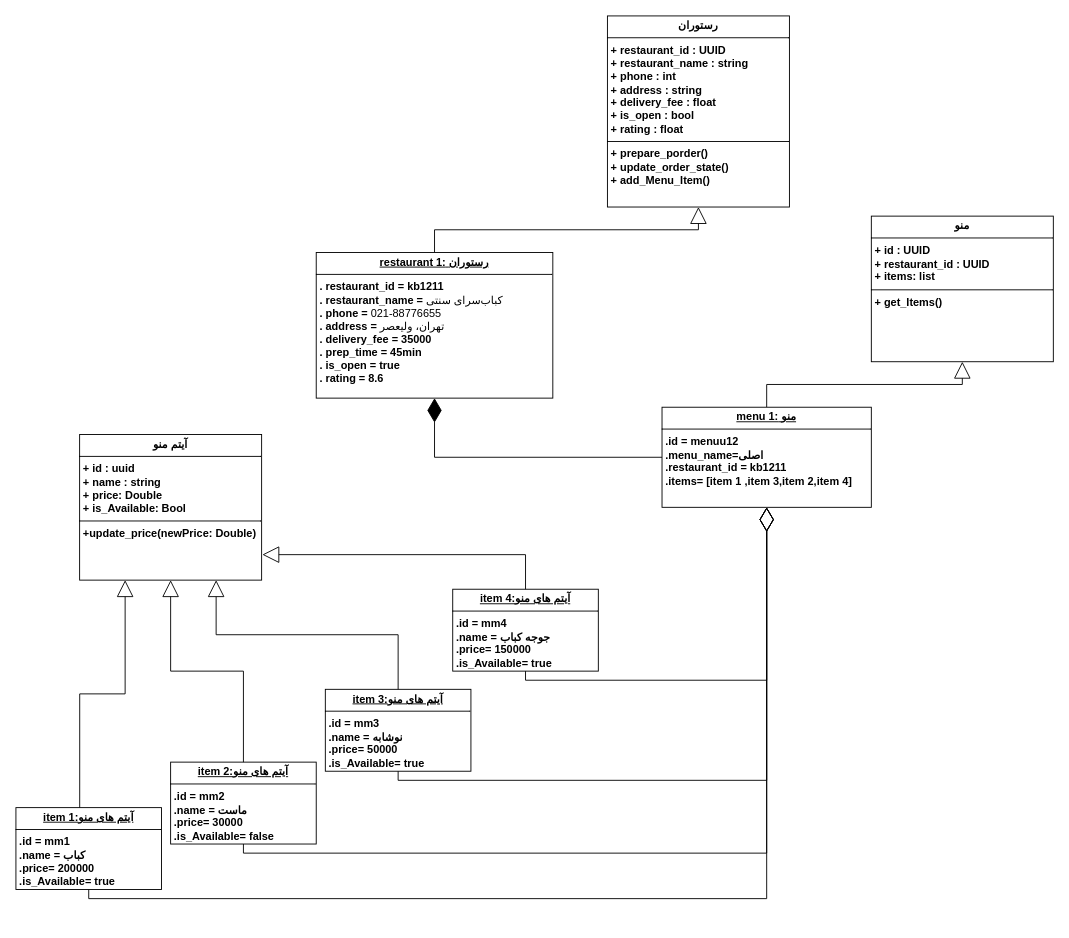
Above: object Diagram.drawio in aqua1252/tasks (draw.io), before the change. Source tidied: cells renumbered, new cells numbered last; positions are measured from the earlier drawing's top-left corner, leaving out a move shared by most shapes. Both pictures are drawn from the tidied source at 91%, with x=0, y=0 at pixel (15, 15).
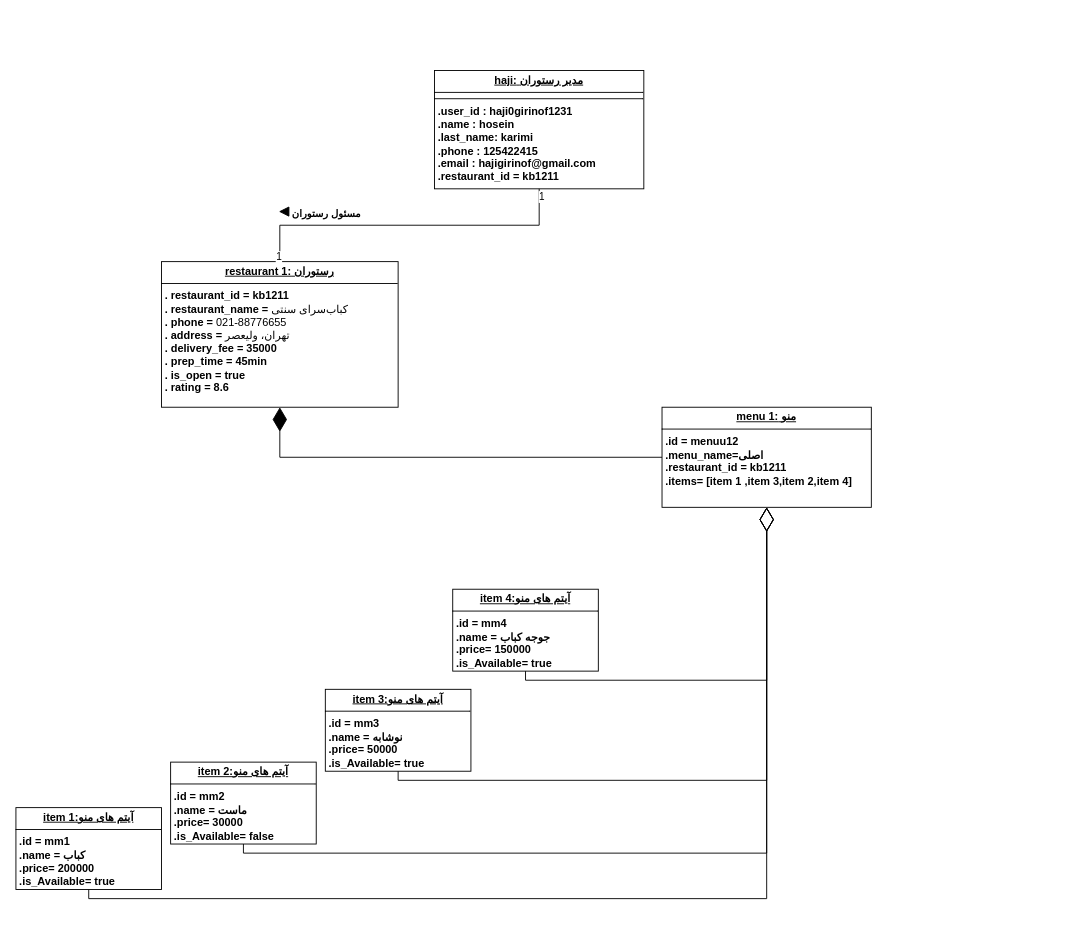
After the change.

The change refers to these unchanged cells:
```xml
<mxCell id="5" value="&lt;p style=&quot;margin:0px;margin-top:4px;text-align:center;text-decoration:underline;&quot;&gt;&lt;b&gt;item 2:&lt;/b&gt;&lt;span style=&quot;font-weight: 700; background-color: transparent; color: light-dark(rgb(0, 0, 0), rgb(255, 255, 255));&quot;&gt;آیتم های منو&lt;/span&gt;&lt;/p&gt;&lt;hr size=&quot;1&quot; style=&quot;border-style:solid;&quot;&gt;&lt;p style=&quot;font-weight: 700; margin: 0px 0px 0px 4px;&quot;&gt;.id = mm2&lt;/p&gt;&lt;p style=&quot;font-weight: 700; margin: 0px 0px 0px 4px;&quot;&gt;.name = ماست&lt;/p&gt;&lt;p style=&quot;font-weight: 700; margin: 0px 0px 0px 4px;&quot;&gt;.&lt;span style=&quot;white-space-collapse: preserve; background-color: transparent; color: light-dark(rgb(0, 0, 0), rgb(255, 255, 255));&quot;&gt;price= 30000&lt;/span&gt;&lt;/p&gt;&lt;p style=&quot;font-weight: 700; margin: 0px 0px 0px 4px;&quot;&gt;&lt;span style=&quot;white-space-collapse: preserve; background-color: transparent; color: light-dark(rgb(0, 0, 0), rgb(255, 255, 255));&quot;&gt;.&lt;/span&gt;&lt;span style=&quot;white-space-collapse: preserve; background-color: transparent; color: light-dark(rgb(0, 0, 0), rgb(255, 255, 255));&quot;&gt;is_Available= false&lt;/span&gt;&lt;/p&gt;" style="verticalAlign=top;align=left;overflow=fill;html=1;whiteSpace=wrap;" parent="1" vertex="1">
  <mxGeometry x="170" y="820" width="160" height="90" as="geometry" />
</mxCell>
<mxCell id="6" value="&lt;p style=&quot;margin:0px;margin-top:4px;text-align:center;text-decoration:underline;&quot;&gt;&lt;b&gt;item 3:&lt;/b&gt;&lt;span style=&quot;font-weight: 700; background-color: transparent; color: light-dark(rgb(0, 0, 0), rgb(255, 255, 255));&quot;&gt;آیتم های منو&lt;/span&gt;&lt;/p&gt;&lt;hr size=&quot;1&quot; style=&quot;border-style:solid;&quot;&gt;&lt;p style=&quot;font-weight: 700; margin: 0px 0px 0px 4px;&quot;&gt;.id = mm3&lt;/p&gt;&lt;p style=&quot;font-weight: 700; margin: 0px 0px 0px 4px;&quot;&gt;.name = نوشابه&lt;/p&gt;&lt;p style=&quot;font-weight: 700; margin: 0px 0px 0px 4px;&quot;&gt;.&lt;span style=&quot;white-space-collapse: preserve; background-color: transparent; color: light-dark(rgb(0, 0, 0), rgb(255, 255, 255));&quot;&gt;price= 50000&lt;/span&gt;&lt;/p&gt;&lt;p style=&quot;font-weight: 700; margin: 0px 0px 0px 4px;&quot;&gt;&lt;span style=&quot;white-space-collapse: preserve; background-color: transparent; color: light-dark(rgb(0, 0, 0), rgb(255, 255, 255));&quot;&gt;.&lt;/span&gt;&lt;span style=&quot;white-space-collapse: preserve; background-color: transparent; color: light-dark(rgb(0, 0, 0), rgb(255, 255, 255));&quot;&gt;is_Available= &lt;/span&gt;&lt;span style=&quot;background-color: transparent; color: light-dark(rgb(0, 0, 0), rgb(255, 255, 255));&quot;&gt;true&amp;nbsp;&lt;/span&gt;&lt;/p&gt;" style="verticalAlign=top;align=left;overflow=fill;html=1;whiteSpace=wrap;" parent="1" vertex="1">
  <mxGeometry x="340" y="740" width="160" height="90" as="geometry" />
</mxCell>
<mxCell id="7" value="&lt;p style=&quot;margin:0px;margin-top:4px;text-align:center;text-decoration:underline;&quot;&gt;&lt;b&gt;item 4:&lt;/b&gt;&lt;span style=&quot;font-weight: 700; background-color: transparent; color: light-dark(rgb(0, 0, 0), rgb(255, 255, 255));&quot;&gt;آیتم های منو&lt;/span&gt;&lt;/p&gt;&lt;hr size=&quot;1&quot; style=&quot;border-style:solid;&quot;&gt;&lt;p style=&quot;font-weight: 700; margin: 0px 0px 0px 4px;&quot;&gt;.id = mm4&lt;/p&gt;&lt;p style=&quot;font-weight: 700; margin: 0px 0px 0px 4px;&quot;&gt;.name = جوجه کباب&lt;/p&gt;&lt;p style=&quot;font-weight: 700; margin: 0px 0px 0px 4px;&quot;&gt;.&lt;span style=&quot;white-space-collapse: preserve; background-color: transparent; color: light-dark(rgb(0, 0, 0), rgb(255, 255, 255));&quot;&gt;price= 150000&lt;/span&gt;&lt;/p&gt;&lt;p style=&quot;font-weight: 700; margin: 0px 0px 0px 4px;&quot;&gt;&lt;span style=&quot;white-space-collapse: preserve; background-color: transparent; color: light-dark(rgb(0, 0, 0), rgb(255, 255, 255));&quot;&gt;.&lt;/span&gt;&lt;span style=&quot;white-space-collapse: preserve; background-color: transparent; color: light-dark(rgb(0, 0, 0), rgb(255, 255, 255));&quot;&gt;is_Available= &lt;/span&gt;&lt;span style=&quot;background-color: transparent; color: light-dark(rgb(0, 0, 0), rgb(255, 255, 255));&quot;&gt;true&amp;nbsp;&lt;/span&gt;&lt;/p&gt;" style="verticalAlign=top;align=left;overflow=fill;html=1;whiteSpace=wrap;" parent="1" vertex="1">
  <mxGeometry x="480" y="630" width="160" height="90" as="geometry" />
</mxCell>
<mxCell id="8" value="&lt;p style=&quot;margin:0px;margin-top:4px;text-align:center;text-decoration:underline;&quot;&gt;&lt;b&gt;item 1:&lt;/b&gt;&lt;span style=&quot;font-weight: 700; background-color: transparent; color: light-dark(rgb(0, 0, 0), rgb(255, 255, 255));&quot;&gt;آیتم های منو&lt;/span&gt;&lt;/p&gt;&lt;hr size=&quot;1&quot; style=&quot;border-style:solid;&quot;&gt;&lt;p style=&quot;font-weight: 700; margin: 0px 0px 0px 4px;&quot;&gt;.id = mm1&lt;/p&gt;&lt;p style=&quot;font-weight: 700; margin: 0px 0px 0px 4px;&quot;&gt;.name = کباب&lt;/p&gt;&lt;p style=&quot;font-weight: 700; margin: 0px 0px 0px 4px;&quot;&gt;.&lt;span style=&quot;white-space-collapse: preserve; background-color: transparent; color: light-dark(rgb(0, 0, 0), rgb(255, 255, 255));&quot;&gt;price= 200000&lt;/span&gt;&lt;/p&gt;&lt;p style=&quot;font-weight: 700; margin: 0px 0px 0px 4px;&quot;&gt;&lt;span style=&quot;white-space-collapse: preserve; background-color: transparent; color: light-dark(rgb(0, 0, 0), rgb(255, 255, 255));&quot;&gt;.&lt;/span&gt;&lt;span style=&quot;white-space-collapse: preserve; background-color: transparent; color: light-dark(rgb(0, 0, 0), rgb(255, 255, 255));&quot;&gt;is_Available= &lt;/span&gt;&lt;span style=&quot;background-color: transparent; color: light-dark(rgb(0, 0, 0), rgb(255, 255, 255));&quot;&gt;true&amp;nbsp;&lt;/span&gt;&lt;/p&gt;" style="verticalAlign=top;align=left;overflow=fill;html=1;whiteSpace=wrap;" parent="1" vertex="1">
  <mxGeometry y="870" width="160" height="90" as="geometry" />
</mxCell>
<mxCell id="15" value="&lt;p style=&quot;margin:0px;margin-top:4px;text-align:center;text-decoration:underline;&quot;&gt;&lt;b&gt;menu 1:&lt;/b&gt;&lt;span style=&quot;font-weight: 700; background-color: transparent; color: light-dark(rgb(0, 0, 0), rgb(255, 255, 255));&quot;&gt;&amp;nbsp;منو&lt;/span&gt;&lt;/p&gt;&lt;hr size=&quot;1&quot; style=&quot;border-style:solid;&quot;&gt;&lt;p style=&quot;font-weight: 700; margin: 0px 0px 0px 4px;&quot;&gt;.id = menuu12&lt;/p&gt;&lt;p style=&quot;font-weight: 700; margin: 0px 0px 0px 4px;&quot;&gt;.&lt;span style=&quot;background-color: transparent; color: light-dark(rgb(0, 0, 0), rgb(255, 255, 255));&quot;&gt;menu_name=اصلی&lt;/span&gt;&lt;/p&gt;&lt;p style=&quot;font-weight: 700; margin: 0px 0px 0px 4px;&quot;&gt;.restaurant_id = kb1211&lt;/p&gt;&lt;p style=&quot;font-weight: 700; margin: 0px 0px 0px 4px;&quot;&gt;&lt;span style=&quot;color: light-dark(rgb(0, 0, 0), rgb(255, 255, 255)); background-color: transparent;&quot;&gt;.&lt;/span&gt;&lt;span style=&quot;white-space-collapse: preserve; background-color: transparent; color: light-dark(rgb(0, 0, 0), rgb(255, 255, 255));&quot;&gt;items= [item 1 ,&lt;/span&gt;&lt;span style=&quot;white-space-collapse: preserve; background-color: transparent; color: light-dark(rgb(0, 0, 0), rgb(255, 255, 255));&quot;&gt;item 3,&lt;/span&gt;&lt;span style=&quot;white-space-collapse: preserve; background-color: transparent; color: light-dark(rgb(0, 0, 0), rgb(255, 255, 255));&quot;&gt;item 2,&lt;/span&gt;&lt;span style=&quot;white-space-collapse: preserve; background-color: transparent; color: light-dark(rgb(0, 0, 0), rgb(255, 255, 255));&quot;&gt;item 4]&lt;/span&gt;&lt;/p&gt;&lt;div&gt;&lt;span style=&quot;white-space-collapse: preserve; background-color: transparent; color: light-dark(rgb(0, 0, 0), rgb(255, 255, 255));&quot;&gt;&lt;br&gt;&lt;/span&gt;&lt;/div&gt;" style="verticalAlign=top;align=left;overflow=fill;html=1;whiteSpace=wrap;" parent="1" vertex="1">
  <mxGeometry x="710" y="430" width="230" height="110" as="geometry" />
</mxCell>
```

Diff of the diagram source:
```diff
@@
-    <mxCell id="2" value="&lt;p style=&quot;margin:0px;margin-top:4px;text-align:center;&quot;&gt;&lt;span&gt;آیتم منو&lt;/span&gt;&lt;/p&gt;&lt;hr size=&quot;1&quot; style=&quot;border-style:solid;&quot;&gt;&lt;p style=&quot;margin:0px;margin-left:4px;&quot;&gt;+ id : uuid&lt;/p&gt;&lt;p style=&quot;margin:0px;margin-left:4px;&quot;&gt;+ name : string&lt;/p&gt;&lt;p style=&quot;margin:0px;margin-left:4px;&quot;&gt;+&amp;nbsp;&lt;span style=&quot;white-space-collapse: preserve; background-color: transparent; color: light-dark(rgb(0, 0, 0), rgb(255, 255, 255));&quot;&gt;price: Double&lt;/span&gt;&lt;/p&gt;&lt;p style=&quot;margin:0px;margin-left:4px;&quot;&gt;&lt;span style=&quot;white-space-collapse: preserve; background-color: transparent; color: light-dark(rgb(0, 0, 0), rgb(255, 255, 255));&quot;&gt;+ &lt;/span&gt;&lt;span style=&quot;white-space-collapse: preserve; background-color: transparent; color: light-dark(rgb(0, 0, 0), rgb(255, 255, 255));&quot;&gt;is_Available: Bool&lt;/span&gt;&lt;/p&gt;&lt;hr size=&quot;1&quot; style=&quot;border-style:solid;&quot;&gt;&lt;p style=&quot;margin:0px;margin-left:4px;&quot;&gt;&lt;span style=&quot;white-space-collapse: preserve; background-color: transparent; color: light-dark(rgb(0, 0, 0), rgb(255, 255, 255));&quot;&gt;+update_price(newPrice: Double)&lt;/span&gt;&lt;/p&gt;" style="verticalAlign=top;align=left;overflow=fill;html=1;whiteSpace=wrap;fontStyle=1;" parent="1" vertex="1">
-      <mxGeometry x="70" y="460" width="200" height="160" as="geometry" />
-    </mxCell>
-    <mxCell id="3" value="&lt;p style=&quot;margin:0px;margin-top:4px;text-align:center;&quot;&gt;&lt;span&gt;رستوران&lt;/span&gt;&lt;/p&gt;&lt;hr size=&quot;1&quot; style=&quot;border-style:solid;&quot;&gt;&lt;p style=&quot;margin:0px;margin-left:4px;&quot;&gt;+ restaurant_id &lt;span style=&quot;color: light-dark(rgb(0, 0, 0), rgb(255, 255, 255)); background-color: transparent;&quot;&gt;:&amp;nbsp;UUID&lt;/span&gt;&lt;/p&gt;&lt;p style=&quot;margin:0px;margin-left:4px;&quot;&gt;&lt;span style=&quot;color: light-dark(rgb(0, 0, 0), rgb(255, 255, 255)); background-color: transparent;&quot;&gt;+&amp;nbsp;&lt;/span&gt;&lt;span style=&quot;background-color: transparent; color: light-dark(rgb(0, 0, 0), rgb(255, 255, 255));&quot;&gt;restaurant_name : string&lt;/span&gt;&lt;/p&gt;&lt;p style=&quot;margin:0px;margin-left:4px;&quot;&gt;&lt;span style=&quot;background-color: transparent; color: light-dark(rgb(0, 0, 0), rgb(255, 255, 255));&quot;&gt;+ phone : int&lt;/span&gt;&lt;/p&gt;&lt;p style=&quot;margin:0px;margin-left:4px;&quot;&gt;&lt;span style=&quot;background-color: transparent; color: light-dark(rgb(0, 0, 0), rgb(255, 255, 255));&quot;&gt;+ address : string&lt;/span&gt;&lt;/p&gt;&lt;p style=&quot;margin:0px;margin-left:4px;&quot;&gt;&lt;span style=&quot;background-color: transparent; color: light-dark(rgb(0, 0, 0), rgb(255, 255, 255));&quot;&gt;+ delivery_fee : float&lt;/span&gt;&lt;/p&gt;&lt;p style=&quot;margin:0px;margin-left:4px;&quot;&gt;+ is_open : bool&lt;/p&gt;&lt;p style=&quot;margin:0px;margin-left:4px;&quot;&gt;&lt;span style=&quot;background-color: transparent; color: light-dark(rgb(0, 0, 0), rgb(255, 255, 255));&quot;&gt;+&amp;nbsp;&lt;/span&gt;&lt;span style=&quot;background-color: transparent; color: light-dark(rgb(0, 0, 0), rgb(255, 255, 255));&quot;&gt;rating : float&lt;/span&gt;&lt;/p&gt;&lt;hr size=&quot;1&quot; style=&quot;border-style:solid;&quot;&gt;&lt;p style=&quot;margin:0px;margin-left:4px;&quot;&gt;+ prepare_porder()&lt;/p&gt;&lt;p style=&quot;margin:0px;margin-left:4px;&quot;&gt;+&amp;nbsp;&lt;span style=&quot;background-color: transparent; color: light-dark(rgb(0, 0, 0), rgb(255, 255, 255));&quot;&gt;update_order_state()&lt;/span&gt;&lt;/p&gt;&lt;p style=&quot;margin:0px;margin-left:4px;&quot;&gt;+&amp;nbsp;&lt;span style=&quot;white-space-collapse: preserve; background-color: transparent; color: light-dark(rgb(0, 0, 0), rgb(255, 255, 255));&quot;&gt;add_Menu_Item()&lt;/span&gt;&lt;/p&gt;" style="verticalAlign=top;align=left;overflow=fill;html=1;whiteSpace=wrap;fontStyle=1;" parent="1" vertex="1">
-      <mxGeometry x="650" width="200" height="210" as="geometry" />
-    </mxCell>
-    <mxCell id="4" value="&lt;p style=&quot;margin:0px;margin-top:4px;text-align:center;&quot;&gt;&lt;span&gt;منو&lt;/span&gt;&lt;/p&gt;&lt;hr size=&quot;1&quot; style=&quot;border-style:solid;&quot;&gt;&lt;p style=&quot;margin:0px;margin-left:4px;&quot;&gt;+ id : UUID&lt;/p&gt;&lt;p style=&quot;margin:0px;margin-left:4px;&quot;&gt;+ restaurant_id&lt;span style=&quot;color: light-dark(rgb(0, 0, 0), rgb(255, 255, 255)); background-color: transparent;&quot;&gt;&amp;nbsp;:&amp;nbsp;UUID&lt;/span&gt;&lt;/p&gt;&lt;p style=&quot;margin:0px;margin-left:4px;&quot;&gt;&lt;span style=&quot;color: light-dark(rgb(0, 0, 0), rgb(255, 255, 255)); background-color: transparent;&quot;&gt;+&amp;nbsp;&lt;/span&gt;&lt;span style=&quot;white-space-collapse: preserve; background-color: transparent; color: light-dark(rgb(0, 0, 0), rgb(255, 255, 255));&quot;&gt;items: list&lt;/span&gt;&lt;/p&gt;&lt;hr size=&quot;1&quot; style=&quot;border-style:solid;&quot;&gt;&lt;p style=&quot;margin:0px;margin-left:4px;&quot;&gt;&lt;span style=&quot;white-space-collapse: preserve; background-color: transparent; color: light-dark(rgb(0, 0, 0), rgb(255, 255, 255));&quot;&gt;+ get_Items()&lt;/span&gt;&lt;/p&gt;" style="verticalAlign=top;align=left;overflow=fill;html=1;whiteSpace=wrap;fontStyle=1;" parent="1" vertex="1">
-      <mxGeometry x="940" y="220" width="200" height="160" as="geometry" />
-    </mxCell>
@@
-    <mxCell id="9" style="endArrow=block;endSize=16;endFill=0;html=1;rounded=0;elbow=vertical;edgeStyle=orthogonalEdgeStyle;exitX=0.5;exitY=0;exitDx=0;exitDy=0;entryX=0.5;entryY=1;entryDx=0;entryDy=0;" parent="1" edge="1" source="5" target="2">
-      <mxGeometry relative="1" as="geometry" />
-    </mxCell>
-    <mxCell id="10" style="endArrow=block;endSize=16;endFill=0;html=1;rounded=0;elbow=vertical;edgeStyle=orthogonalEdgeStyle;entryX=0.5;entryY=1;entryDx=0;entryDy=0;exitX=0.5;exitY=0;exitDx=0;exitDy=0;" parent="1" edge="1" source="15" target="4">
-      <mxGeometry relative="1" as="geometry" />
-    </mxCell>
-    <mxCell id="11" style="endArrow=block;endSize=16;endFill=0;html=1;rounded=0;elbow=vertical;edgeStyle=orthogonalEdgeStyle;exitX=0.5;exitY=0;exitDx=0;exitDy=0;entryX=0.75;entryY=1;entryDx=0;entryDy=0;" parent="1" edge="1" source="6" target="2">
-      <mxGeometry relative="1" as="geometry" />
-    </mxCell>
-    <mxCell id="12" style="endArrow=block;endSize=16;endFill=0;html=1;rounded=0;elbow=vertical;edgeStyle=orthogonalEdgeStyle;exitX=0.438;exitY=0;exitDx=0;exitDy=0;exitPerimeter=0;entryX=0.25;entryY=1;entryDx=0;entryDy=0;" parent="1" edge="1" source="8" target="2">
-      <mxGeometry relative="1" as="geometry" />
-    </mxCell>
-    <mxCell id="13" style="endArrow=block;endSize=16;endFill=0;html=1;rounded=0;elbow=vertical;edgeStyle=orthogonalEdgeStyle;exitX=0.5;exitY=0;exitDx=0;exitDy=0;entryX=1.004;entryY=0.825;entryDx=0;entryDy=0;entryPerimeter=0;" parent="1" edge="1" source="7" target="2">
-      <mxGeometry relative="1" as="geometry" />
-    </mxCell>
-    <mxCell id="14" style="endArrow=block;endSize=16;endFill=0;html=1;rounded=0;elbow=vertical;edgeStyle=orthogonalEdgeStyle;exitX=0.5;exitY=0;exitDx=0;exitDy=0;entryX=0.5;entryY=1;entryDx=0;entryDy=0;" parent="1" edge="1" source="16" target="3">
-      <mxGeometry relative="1" as="geometry" />
-    </mxCell>
@@
     <mxCell id="16" value="&lt;p style=&quot;margin:0px;margin-top:4px;text-align:center;text-decoration:underline;&quot;&gt;&lt;b&gt;restaurant 1:&lt;/b&gt;&lt;span style=&quot;font-weight: 700; background-color: transparent; color: light-dark(rgb(0, 0, 0), rgb(255, 255, 255));&quot;&gt;&amp;nbsp;&lt;/span&gt;&lt;span style=&quot;font-weight: 700; background-color: transparent; color: light-dark(rgb(0, 0, 0), rgb(255, 255, 255));&quot;&gt;رستوران&lt;/span&gt;&lt;/p&gt;&lt;hr size=&quot;1&quot; style=&quot;border-style:solid;&quot;&gt;&lt;p style=&quot;font-weight: 700; margin: 0px 0px 0px 4px;&quot;&gt;. restaurant_id&lt;span style=&quot;color: light-dark(rgb(0, 0, 0), rgb(255, 255, 255)); background-color: transparent;&quot;&gt;&amp;nbsp;=&amp;nbsp;&lt;/span&gt;&lt;span style=&quot;background-color: transparent; color: light-dark(rgb(0, 0, 0), rgb(255, 255, 255));&quot;&gt;kb1211&lt;/span&gt;&lt;/p&gt;&lt;p style=&quot;font-weight: 700; margin: 0px 0px 0px 4px;&quot;&gt;&lt;span style=&quot;color: light-dark(rgb(0, 0, 0), rgb(255, 255, 255)); background-color: transparent;&quot;&gt;.&amp;nbsp;&lt;/span&gt;&lt;span style=&quot;background-color: transparent; color: light-dark(rgb(0, 0, 0), rgb(255, 255, 255));&quot;&gt;restaurant_name =&amp;nbsp;&lt;/span&gt;&lt;span style=&quot;white-space-collapse: preserve; background-color: transparent; color: light-dark(rgb(0, 0, 0), rgb(255, 255, 255)); font-weight: normal;&quot;&gt;کباب‌سرای سنتی&lt;/span&gt;&lt;/p&gt;&lt;p style=&quot;font-weight: 700; margin: 0px 0px 0px 4px;&quot;&gt;&lt;span style=&quot;background-color: transparent; color: light-dark(rgb(0, 0, 0), rgb(255, 255, 255));&quot;&gt;. phone =&amp;nbsp;&lt;/span&gt;&lt;span style=&quot;white-space-collapse: preserve; background-color: transparent; color: light-dark(rgb(0, 0, 0), rgb(255, 255, 255)); font-weight: normal;&quot;&gt;021-88776655&lt;/span&gt;&lt;/p&gt;&lt;p style=&quot;font-weight: 700; margin: 0px 0px 0px 4px;&quot;&gt;&lt;span style=&quot;background-color: transparent; color: light-dark(rgb(0, 0, 0), rgb(255, 255, 255));&quot;&gt;. address =&amp;nbsp;&lt;/span&gt;&lt;span style=&quot;white-space-collapse: preserve; background-color: transparent; color: light-dark(rgb(0, 0, 0), rgb(255, 255, 255)); font-weight: normal;&quot;&gt;تهران، ولیعصر&lt;/span&gt;&lt;/p&gt;&lt;p style=&quot;font-weight: 700; margin: 0px 0px 0px 4px;&quot;&gt;&lt;span style=&quot;background-color: transparent; color: light-dark(rgb(0, 0, 0), rgb(255, 255, 255));&quot;&gt;. delivery_fee = 35000&lt;/span&gt;&lt;/p&gt;&lt;p style=&quot;font-weight: 700; margin: 0px 0px 0px 4px;&quot;&gt;&lt;span style=&quot;background-color: transparent; color: light-dark(rgb(0, 0, 0), rgb(255, 255, 255));&quot;&gt;. prep_time = 45min&lt;/span&gt;&lt;/p&gt;&lt;p style=&quot;font-weight: 700; margin: 0px 0px 0px 4px;&quot;&gt;. is_open = true&amp;nbsp;&lt;/p&gt;&lt;p style=&quot;font-weight: 700; margin: 0px 0px 0px 4px;&quot;&gt;&lt;span style=&quot;background-color: transparent; color: light-dark(rgb(0, 0, 0), rgb(255, 255, 255));&quot;&gt;.&amp;nbsp;&lt;/span&gt;&lt;span style=&quot;background-color: transparent; color: light-dark(rgb(0, 0, 0), rgb(255, 255, 255));&quot;&gt;rating = 8.6&lt;/span&gt;&lt;/p&gt;&lt;div&gt;&lt;span style=&quot;white-space-collapse: preserve; background-color: transparent; color: light-dark(rgb(0, 0, 0), rgb(255, 255, 255));&quot;&gt;&lt;br&gt;&lt;/span&gt;&lt;/div&gt;" style="verticalAlign=top;align=left;overflow=fill;html=1;whiteSpace=wrap;" parent="1" vertex="1">
-      <mxGeometry x="330" y="260" width="260" height="160" as="geometry" />
+      <mxGeometry x="160" y="270" width="260" height="160" as="geometry" />
     </mxCell>
@@
+    <mxCell id="22" value="&lt;p style=&quot;margin:0px;margin-top:4px;text-align:center;text-decoration:underline;&quot;&gt;&lt;b&gt;haji:&lt;/b&gt;&lt;span style=&quot;font-weight: 700; background-color: transparent; color: light-dark(rgb(0, 0, 0), rgb(255, 255, 255));&quot;&gt;&amp;nbsp;&lt;/span&gt;&lt;span style=&quot;font-weight: 700; background-color: transparent; color: light-dark(rgb(0, 0, 0), rgb(255, 255, 255));&quot;&gt;مدیر رستوران&lt;/span&gt;&lt;/p&gt;&lt;hr size=&quot;1&quot; style=&quot;border-style:solid;&quot;&gt;&lt;hr size=&quot;1&quot; style=&quot;font-weight: 700; border-style: solid;&quot;&gt;&lt;p style=&quot;font-weight: 700; margin: 0px 0px 0px 4px;&quot;&gt;&lt;span style=&quot;background-color: transparent; color: light-dark(rgb(0, 0, 0), rgb(255, 255, 255));&quot;&gt;.&lt;/span&gt;user_id : haji0girinof1231&lt;/p&gt;&lt;p style=&quot;font-weight: 700; margin: 0px 0px 0px 4px;&quot;&gt;&lt;span style=&quot;background-color: transparent; color: light-dark(rgb(0, 0, 0), rgb(255, 255, 255));&quot;&gt;.&lt;/span&gt;name : hosein&lt;/p&gt;&lt;p style=&quot;font-weight: 700; margin: 0px 0px 0px 4px;&quot;&gt;&lt;span style=&quot;background-color: transparent; color: light-dark(rgb(0, 0, 0), rgb(255, 255, 255));&quot;&gt;.&lt;/span&gt;last_name: karimi&lt;/p&gt;&lt;p style=&quot;font-weight: 700; margin: 0px 0px 0px 4px;&quot;&gt;&lt;span style=&quot;background-color: transparent; color: light-dark(rgb(0, 0, 0), rgb(255, 255, 255));&quot;&gt;.&lt;/span&gt;phone : 125422415&lt;/p&gt;&lt;p style=&quot;font-weight: 700; margin: 0px 0px 0px 4px;&quot;&gt;&lt;span style=&quot;background-color: transparent; color: light-dark(rgb(0, 0, 0), rgb(255, 255, 255));&quot;&gt;.&lt;/span&gt;email : hajigirinof@gmail.com&lt;/p&gt;&lt;p style=&quot;font-weight: 700; margin: 0px 0px 0px 4px;&quot;&gt;&lt;span style=&quot;background-color: transparent; color: light-dark(rgb(0, 0, 0), rgb(255, 255, 255));&quot;&gt;.restaurant_id = kb1211&lt;/span&gt;&lt;/p&gt;&lt;p style=&quot;font-weight: 700; margin: 0px 0px 0px 4px;&quot;&gt;&lt;span style=&quot;background-color: transparent; color: light-dark(rgb(0, 0, 0), rgb(255, 255, 255));&quot;&gt;&lt;br&gt;&lt;/span&gt;&lt;/p&gt;" style="verticalAlign=top;align=left;overflow=fill;html=1;whiteSpace=wrap;" parent="1" vertex="1">
+      <mxGeometry x="460" y="60" width="230" height="130" as="geometry" />
+    </mxCell>
+    <mxCell id="23" style="endArrow=none;html=1;edgeStyle=orthogonalEdgeStyle;rounded=0;exitX=0.5;exitY=1;exitDx=0;exitDy=0;entryX=0.5;entryY=0;entryDx=0;entryDy=0;" parent="1" edge="1" source="22" target="16">
+      <mxGeometry relative="1" as="geometry" />
+    </mxCell>
+    <mxCell id="24" value="&lt;b&gt;مسئول رستوران&lt;/b&gt;" style="edgeLabel;html=1;align=center;verticalAlign=middle;" parent="23" vertex="1">
+      <mxGeometry x="0.89" y="-1" relative="1" as="geometry">
+        <mxPoint x="51" y="-34" as="offset" />
+      </mxGeometry>
+    </mxCell>
+    <mxCell id="25" value="1" style="edgeLabel;html=1;align=center;verticalAlign=middle;" parent="23" vertex="1">
+      <mxGeometry x="0.96" y="-2" relative="1" as="geometry">
+        <mxPoint y="1" as="offset" />
+      </mxGeometry>
+    </mxCell>
+    <mxCell id="26" value="1" style="edgeLabel;html=1;align=center;verticalAlign=middle;" parent="23" vertex="1">
+      <mxGeometry x="-0.95" y="2" relative="1" as="geometry">
+        <mxPoint y="-1" as="offset" />
+      </mxGeometry>
+    </mxCell>
+    <mxCell id="27" style="triangle;whiteSpace=wrap;html=1;fillColor=#000000;strokeColor=#000000;rotation=-90;direction=north;" parent="1" vertex="1">
+      <mxGeometry x="290" y="210" width="10" height="10" as="geometry" />
+    </mxCell>
```
